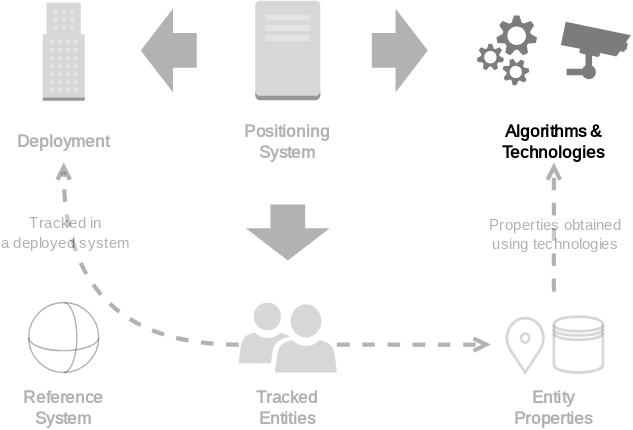
This is slides/iswc2022/images/architecture3.svg from OpenHPS/openhps.org, a draw.io export, as it was before one commit. Source tidied: cells renumbered, new cells last; positions are measured from the earlier drawing's top-left corner, leaving out a move shared by most shapes.
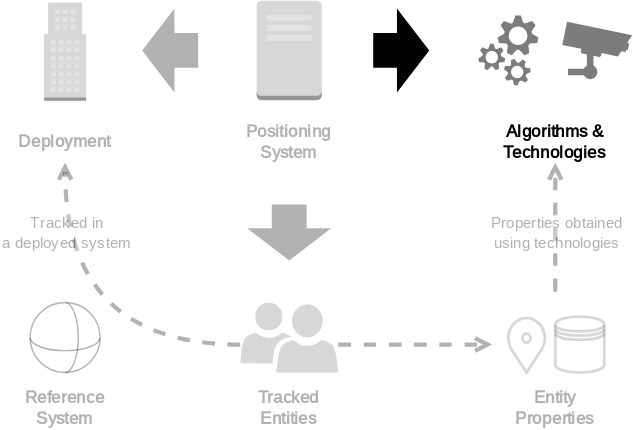
Later version of the same file.

The edit, as a diff of the source:
```diff
@@ -26,7 +26,7 @@
     <mxCell id="9" style="shape=singleArrow;direction=west;whiteSpace=wrap;html=1;fontFamily=Inconsolata;strokeColor=none;fillColor=#030303;arrowWidth=0.41428604125976565;arrowSize=0.5761917114257813;fontSource=https%3A%2F%2Ffonts.googleapis.com%2Fcss%3Ffamily%3DInconsolata;textOpacity=30;opacity=30;" parent="1" vertex="1">
       <mxGeometry x="100" y="5.5" width="40" height="60" as="geometry" />
     </mxCell>
-    <mxCell id="10" style="shape=singleArrow;direction=west;whiteSpace=wrap;html=1;fontFamily=Inconsolata;strokeColor=none;fillColor=#030303;arrowWidth=0.41428604125976565;arrowSize=0.5761917114257813;rotation=-180;fontSource=https%3A%2F%2Ffonts.googleapis.com%2Fcss%3Ffamily%3DInconsolata;textOpacity=30;opacity=30;" parent="1" vertex="1">
+    <mxCell id="10" style="shape=singleArrow;direction=west;whiteSpace=wrap;html=1;fontFamily=Inconsolata;strokeColor=none;fillColor=#030303;arrowWidth=0.41428604125976565;arrowSize=0.5761917114257813;rotation=-180;fontSource=https%3A%2F%2Ffonts.googleapis.com%2Fcss%3Ffamily%3DInconsolata;textOpacity=30;" parent="1" vertex="1">
       <mxGeometry x="265" y="5.5" width="40" height="60" as="geometry" />
     </mxCell>
     <mxCell id="11" style="edgeStyle=orthogonalEdgeStyle;rounded=0;jettySize=auto;html=1;entryX=0.5;entryY=1;entryDx=0;entryDy=0;fontFamily=Inconsolata;curved=1;strokeWidth=3;dashed=1;endArrow=open;endFill=0;fontSource=https%3A%2F%2Ffonts.googleapis.com%2Fcss%3Ffamily%3DInconsolata;textOpacity=30;opacity=30;" parent="1" edge="1" target="3">
```
